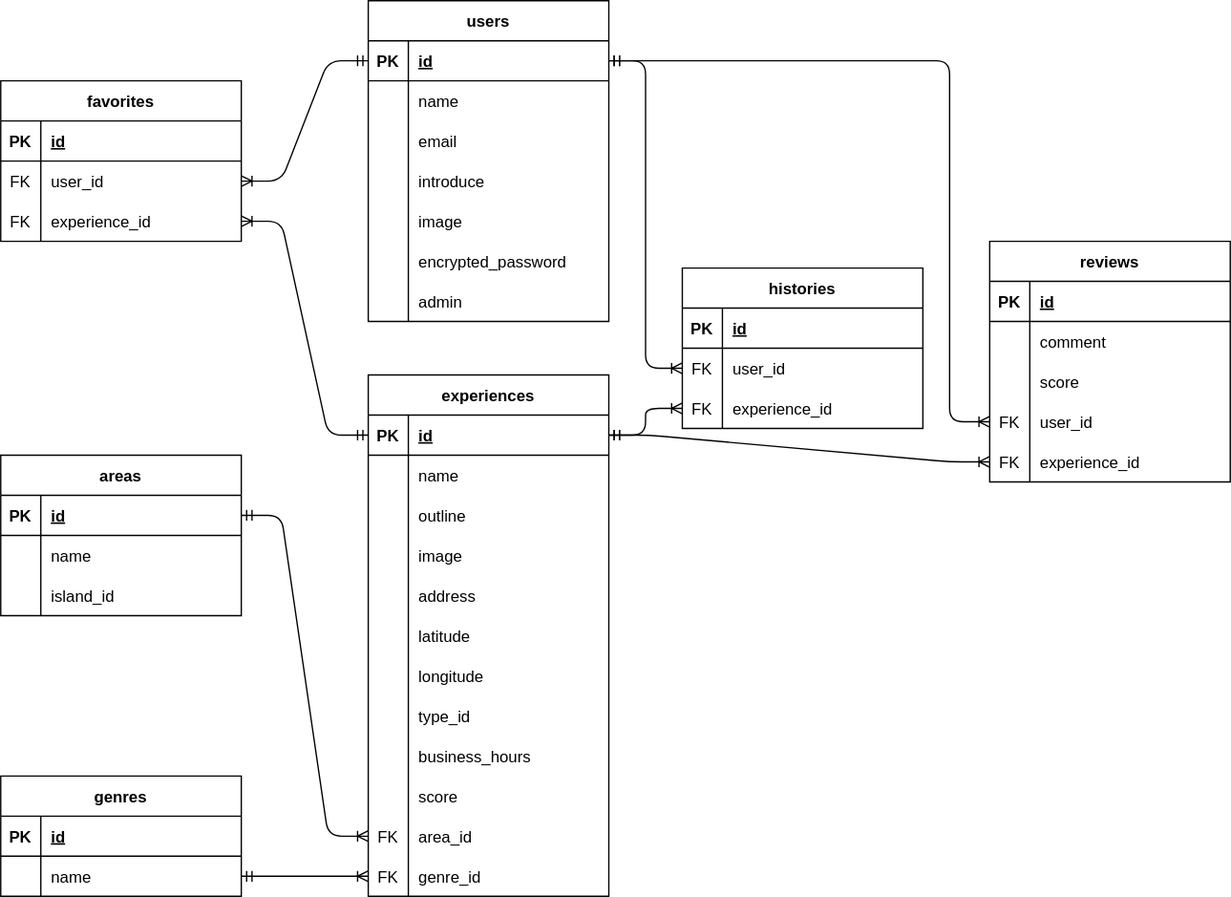
Before: db/let's-enjoy-hawaii.drawio.svg, a diagram exported from draw.io (Yasunori-aloha/lets-enjoy-hawaii). Source tidied: cells renumbered, new cells last; positions are measured from the earlier drawing's top-left corner, leaving out a move shared by most shapes.
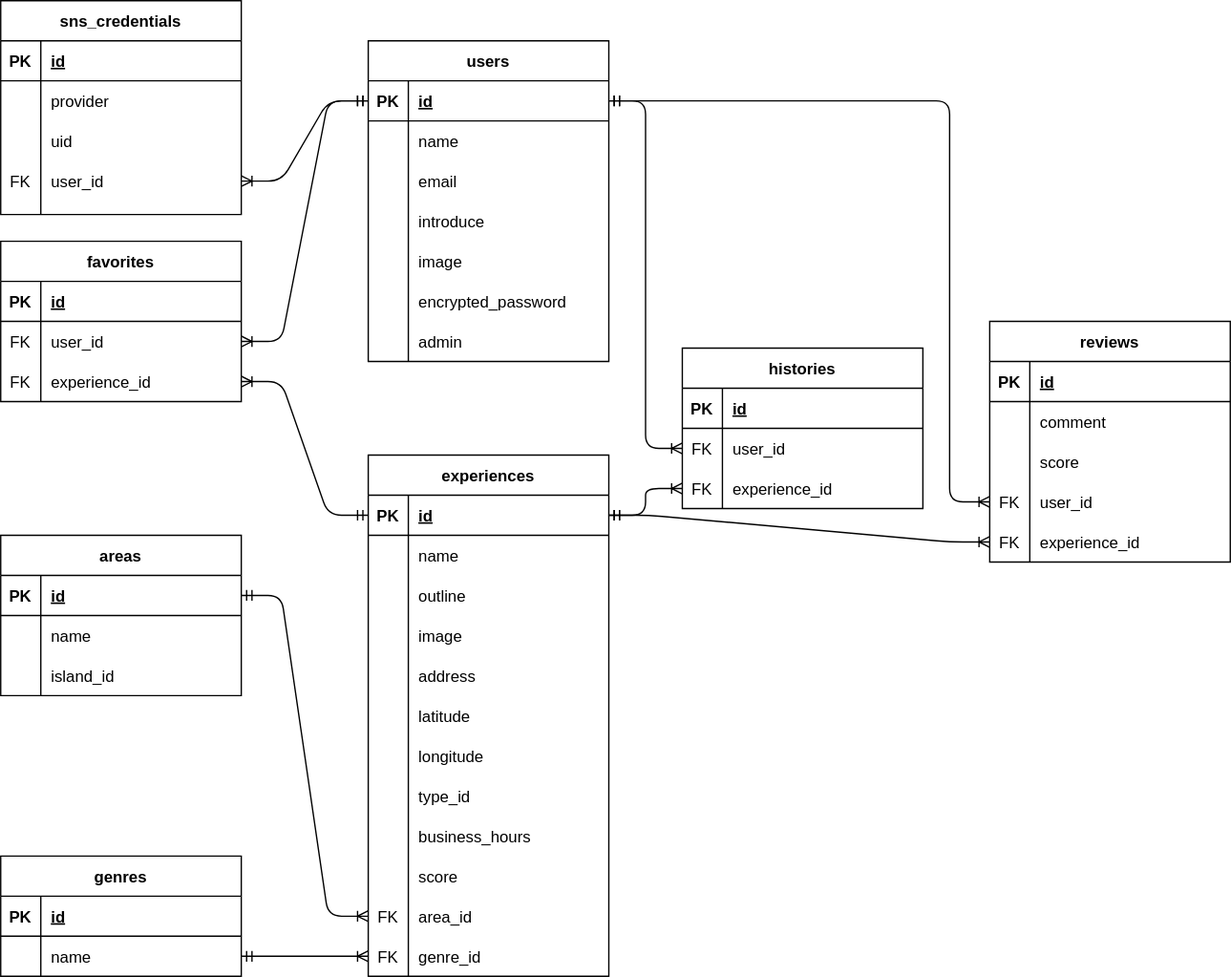
After the change.

Commit message:
テーブル構成が変更したため、README.mdのER図を変更 #28

The edit, as a diff of the source:
```diff
@@ -33,7 +33,7 @@
       <mxGeometry x="30" width="150" height="30" as="geometry" />
     </mxCell>
     <mxCell id="12" value="users" style="shape=table;startSize=30;rowLines=0;fontStyle=1;align=center;" parent="1" vertex="1">
-      <mxGeometry x="275" width="180" height="240" as="geometry" />
+      <mxGeometry x="275" y="-30" width="180" height="240" as="geometry" />
     </mxCell>
     <mxCell id="13" style="shape=partialRectangle;fillColor=none;top=0;left=0;bottom=1;right=0;points=[[0,0.5],[1,0.5]];portConstraint=eastwest;" parent="12" vertex="1">
       <mxGeometry y="30" width="180" height="30" as="geometry" />
@@ -99,7 +99,7 @@
       <mxGeometry x="30" width="150" height="30" as="geometry" />
     </mxCell>
     <mxCell id="34" value="favorites" style="shape=table;startSize=30;rowLines=0;fontStyle=1;align=center;" parent="1" vertex="1">
-      <mxGeometry y="60" width="180" height="120" as="geometry" />
+      <mxGeometry y="120" width="180" height="120" as="geometry" />
     </mxCell>
     <mxCell id="35" style="shape=partialRectangle;fillColor=none;top=0;left=0;bottom=1;right=0;" parent="34" vertex="1">
       <mxGeometry y="30" width="180" height="30" as="geometry" />
@@ -248,7 +248,7 @@
     <mxCell id="83" style="edgeStyle=orthogonalEdgeStyle;fontSize=12;html=1;endArrow=ERoneToMany;startArrow=ERmandOne;entryX=0;entryY=0.5;entryDx=0;entryDy=0;exitX=1;exitY=0.5;exitDx=0;exitDy=0;" parent="1" edge="1" source="13" target="66">
       <mxGeometry relative="1" as="geometry">
         <Array as="points">
-          <mxPoint x="710" y="45" />
+          <mxPoint x="710" y="15" />
           <mxPoint x="710" y="315" />
         </Array>
       </mxGeometry>
@@ -367,5 +367,47 @@
     <mxCell id="121" value="genre_id" style="shape=partialRectangle;fillColor=none;top=0;left=0;bottom=0;right=0;align=left;spacingLeft=6;fontStyle=0;overflow=hidden;" parent="119" vertex="1">
       <mxGeometry x="30" width="150" height="30" as="geometry" />
     </mxCell>
+    <mxCell id="122" value="sns_credentials" style="shape=table;startSize=30;rowLines=0;fontStyle=1;align=center;" parent="1" vertex="1">
+      <mxGeometry y="-60" width="180" height="160" as="geometry" />
+    </mxCell>
+    <mxCell id="123" style="shape=partialRectangle;fillColor=none;top=0;left=0;bottom=1;right=0;" parent="122" vertex="1">
+      <mxGeometry y="30" width="180" height="30" as="geometry" />
+    </mxCell>
+    <mxCell id="124" value="PK" style="shape=partialRectangle;fillColor=none;top=0;left=0;bottom=0;right=0;fontStyle=1;overflow=hidden;" parent="123" vertex="1">
+      <mxGeometry width="30" height="30" as="geometry" />
+    </mxCell>
+    <mxCell id="125" value="id" style="shape=partialRectangle;fillColor=none;top=0;left=0;bottom=0;right=0;align=left;spacingLeft=6;fontStyle=5;overflow=hidden;" parent="123" vertex="1">
+      <mxGeometry x="30" width="150" height="30" as="geometry" />
+    </mxCell>
+    <mxCell id="126" style="shape=partialRectangle;fillColor=none;top=0;left=0;bottom=0;right=0;" parent="122" vertex="1">
+      <mxGeometry y="60" width="180" height="30" as="geometry" />
+    </mxCell>
+    <mxCell id="127" style="shape=partialRectangle;fillColor=none;top=0;left=0;bottom=0;right=0;overflow=hidden;" parent="126" vertex="1">
+      <mxGeometry width="30" height="30" as="geometry" />
+    </mxCell>
+    <mxCell id="128" value="provider" style="shape=partialRectangle;fillColor=none;top=0;left=0;bottom=0;right=0;align=left;spacingLeft=6;overflow=hidden;" parent="126" vertex="1">
+      <mxGeometry x="30" width="150" height="30" as="geometry" />
+    </mxCell>
+    <mxCell id="129" style="shape=partialRectangle;fillColor=none;top=0;left=0;bottom=0;right=0;" parent="122" vertex="1">
+      <mxGeometry y="90" width="180" height="30" as="geometry" />
+    </mxCell>
+    <mxCell id="130" style="shape=partialRectangle;fillColor=none;top=0;left=0;bottom=0;right=0;overflow=hidden;" parent="129" vertex="1">
+      <mxGeometry width="30" height="30" as="geometry" />
+    </mxCell>
+    <mxCell id="131" value="uid" style="shape=partialRectangle;fillColor=none;top=0;left=0;bottom=0;right=0;align=left;spacingLeft=6;overflow=hidden;" parent="129" vertex="1">
+      <mxGeometry x="30" width="150" height="30" as="geometry" />
+    </mxCell>
+    <mxCell id="132" style="shape=partialRectangle;fillColor=none;top=0;left=0;bottom=0;right=0;points=[[0,0.5],[1,0.5]];portConstraint=eastwest;" parent="122" vertex="1">
+      <mxGeometry y="120" width="180" height="30" as="geometry" />
+    </mxCell>
+    <mxCell id="133" value="FK" style="shape=partialRectangle;fillColor=none;top=0;left=0;bottom=0;right=0;overflow=hidden;" parent="132" vertex="1">
+      <mxGeometry width="30" height="30" as="geometry" />
+    </mxCell>
+    <mxCell id="134" value="user_id" style="shape=partialRectangle;fillColor=none;top=0;left=0;bottom=0;right=0;align=left;spacingLeft=6;overflow=hidden;" parent="132" vertex="1">
+      <mxGeometry x="30" width="150" height="30" as="geometry" />
+    </mxCell>
+    <mxCell id="135" style="edgeStyle=entityRelationEdgeStyle;fontSize=12;html=1;endArrow=ERoneToMany;startArrow=ERmandOne;exitX=0;exitY=0.5;exitDx=0;exitDy=0;entryX=1;entryY=0.5;entryDx=0;entryDy=0;" parent="1" edge="1" source="13" target="132">
+      <mxGeometry relative="1" as="geometry" />
+    </mxCell>
   </root>
 </mxGraphModel>
```
